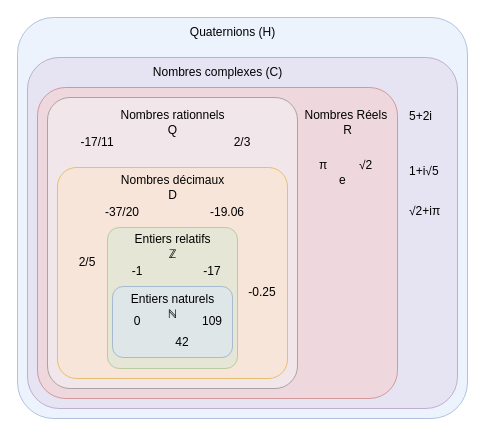
heig-tin-info/handbook keeps this draw.io diagram as docs/assets/images/ensembles.drawio. Above is the earlier version. Source tidied: cells renumbered, new cells numbered last; positions are measured from the earlier drawing's top-left corner, leaving out a move shared by most shapes. Both pictures are drawn from the tidied source at 100%, with x=0, y=0 at pixel (17, 17).
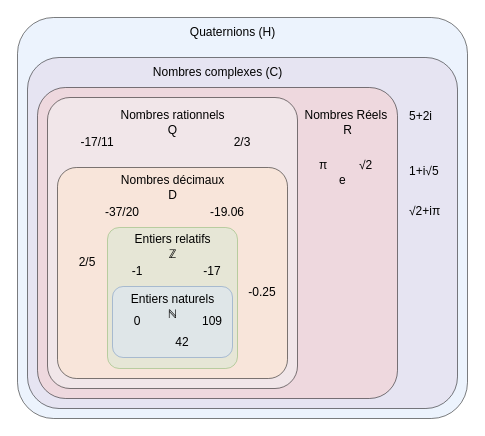
Above is the later version.

Change to the diagram source:
```diff
@@
-    <mxCell id="2" style="rounded=1;whiteSpace=wrap;html=1;fillColor=#dae8fc;strokeColor=#6c8ebf;opacity=50;arcSize=9;" parent="1" vertex="1">
+    <mxCell id="2" style="rounded=1;whiteSpace=wrap;html=1;fillColor=#dae8fc;strokeColor=default;opacity=50;arcSize=9;" parent="1" vertex="1">
       <mxGeometry width="450" height="401" as="geometry" />
     </mxCell>
-    <mxCell id="3" style="rounded=1;whiteSpace=wrap;html=1;fillColor=#e1d5e7;strokeColor=#9673a6;opacity=50;arcSize=9;" parent="1" vertex="1">
+    <mxCell id="3" style="rounded=1;whiteSpace=wrap;html=1;fillColor=#e1d5e7;strokeColor=default;opacity=50;arcSize=9;" parent="1" vertex="1">
       <mxGeometry x="10" y="40" width="430" height="351" as="geometry" />
     </mxCell>
-    <mxCell id="4" style="rounded=1;whiteSpace=wrap;html=1;fillColor=#f8cecc;strokeColor=#b85450;opacity=50;arcSize=9;" parent="1" vertex="1">
+    <mxCell id="4" style="rounded=1;whiteSpace=wrap;html=1;fillColor=#f8cecc;strokeColor=default;opacity=50;arcSize=9;" parent="1" vertex="1">
       <mxGeometry x="20" y="70" width="360" height="311" as="geometry" />
     </mxCell>
-    <mxCell id="5" style="rounded=1;whiteSpace=wrap;html=1;fillColor=#f5f5f5;strokeColor=#666666;opacity=50;arcSize=9;fontColor=#333333;" parent="1" vertex="1">
+    <mxCell id="5" style="rounded=1;whiteSpace=wrap;html=1;fillColor=#f5f5f5;strokeColor=default;opacity=50;arcSize=9;fontColor=#333333;" parent="1" vertex="1">
       <mxGeometry x="30" y="80" width="250" height="291" as="geometry" />
     </mxCell>
-    <mxCell id="6" style="rounded=1;whiteSpace=wrap;html=1;fillColor=#ffe6cc;strokeColor=#d79b00;opacity=50;arcSize=9;" parent="1" vertex="1">
+    <mxCell id="6" style="rounded=1;whiteSpace=wrap;html=1;fillColor=#ffe6cc;strokeColor=default;opacity=50;arcSize=9;" parent="1" vertex="1">
       <mxGeometry x="40" y="150" width="230" height="211" as="geometry" />
     </mxCell>
```
